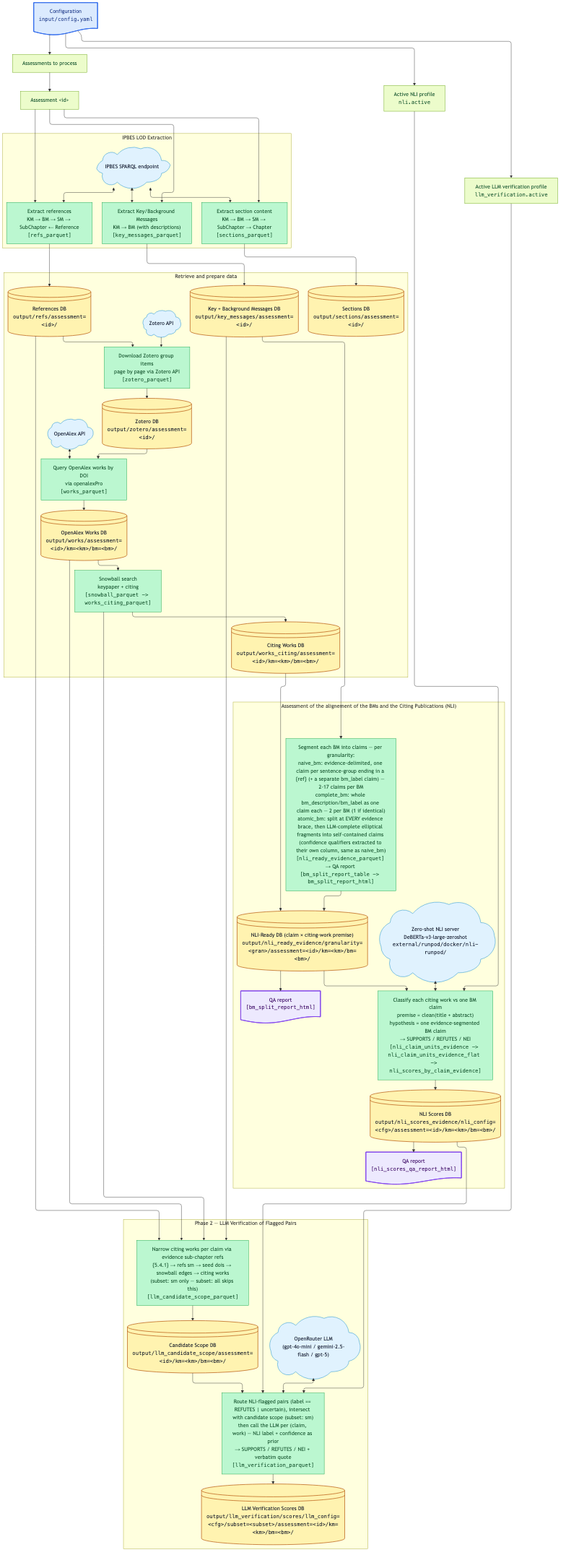
This is output/figures/workflow_nli.png from IPBES-Data/IPBES_BM_Fact_Checker, a Mermaid export, as it was before one commit. Its source is kept beside it as input/mmd/workflow_nli.mmd.
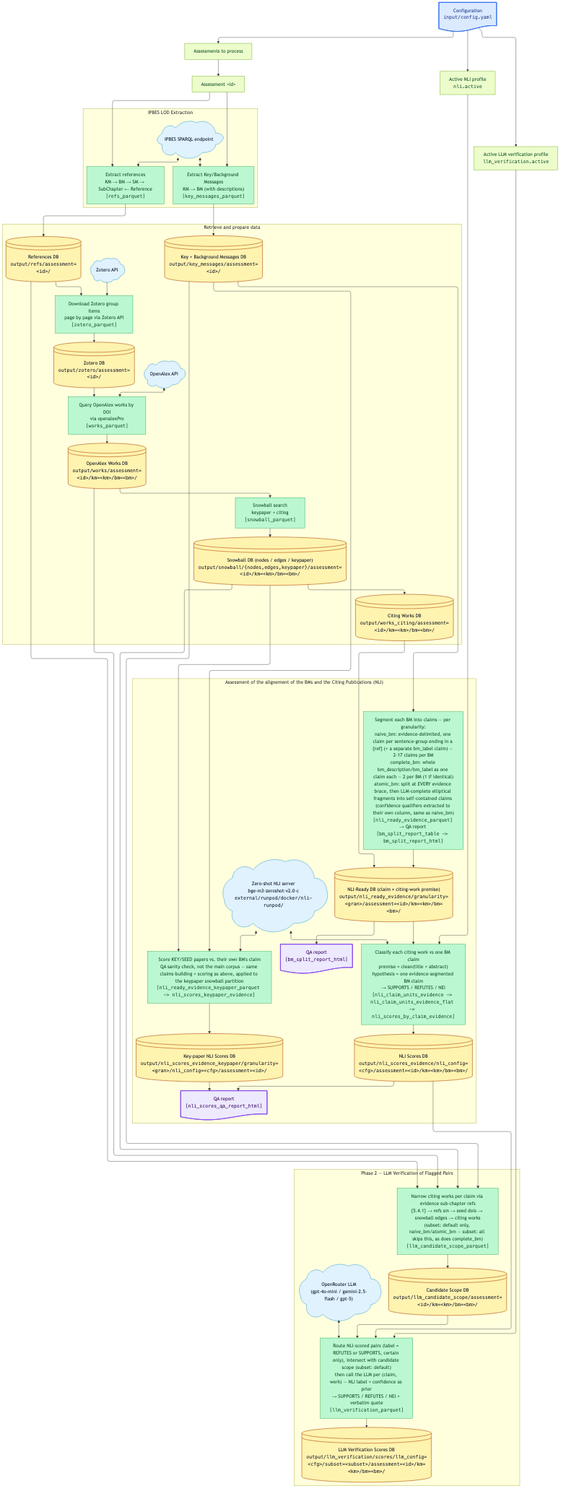
The same diagram one commit later.

Diff of the diagram source:
```diff
@@ -20,22 +20,18 @@
 
     sparql@{ shape: cloud, label: "IPBES SPARQL endpoint" }
     build_refs@{ shape: rect, label: "Extract references<br/>KM → BM → SM → SubChapter ← Reference<br/><tt>[refs_parquet]</tt>" }
-    build_sections@{ shape: rect, label: "Extract section content<br/>KM → BM → SM → SubChapter → Chapter<br/><tt>[sections_parquet]</tt>" }
     build_key_messages@{ shape: rect, label: "Extract Key/Background Messages<br/>KM → BM (with descriptions)<br/><tt>[key_messages_parquet]</tt>" }
 
     sparql <--> build_refs
-    sparql <--> build_sections
     sparql <--> build_key_messages
   end
 
-  assessment_id --> build_sections
   assessment_id --> build_key_messages
 
   subgraph data["Retrieve and prepare data"]
     direction TD
 
     refs_db@{ shape: lin-cyl, label: "References DB<br/><tt>output/refs/assessment=&lt;id&gt;/</tt>" }
-    sections_db@{ shape: lin-cyl, label: "Sections DB<br/><tt>output/sections/assessment=&lt;id&gt;/</tt>" }
     key_messages_db@{ shape: lin-cyl, label: "Key + Background Messages DB<br/><tt>output/key_messages/assessment=&lt;id&gt;/</tt>" }
     zotero_api@{ shape: cloud, label: "Zotero API" }
     zotero_db@{ shape: lin-cyl, label: "Zotero DB<br/><tt>output/zotero/assessment=&lt;id&gt;/</tt>" }
@@ -44,10 +40,10 @@
     citing_db@{ shape: lin-cyl, label: "Citing Works DB<br/><tt>output/works_citing/assessment=&lt;id&gt;/km=&lt;km&gt;/bm=&lt;bm&gt;/</tt>" }
     download_zotero@{ shape: rect, label: "Download Zotero group items<br/>page by page via Zotero API<br/><tt>[zotero_parquet]</tt>" }
     download_works@{ shape: rect, label: "Query OpenAlex works by DOI<br/>via openalexPro<br/><tt>[works_parquet]</tt>" }
-    snowball@{ shape: rect, label: "Snowball search<br/>keypaper + citing<br/><tt>[snowball_parquet -> works_citing_parquet]</tt>" }
+    snowball@{ shape: rect, label: "Snowball search<br/>keypaper + citing<br/><tt>[snowball_parquet]</tt>" }
+    snowball_db@{ shape: lin-cyl, label: "Snowball DB (nodes / edges / keypaper)<br/><tt>output/snowball/{nodes,edges,keypaper}/assessment=&lt;id&gt;/km=&lt;km&gt;/bm=&lt;bm&gt;/</tt>" }
 
     build_refs        --> refs_db
-    build_sections    --> sections_db
     build_key_messages --> key_messages_db
 
     refs_db --> download_zotero
@@ -59,7 +55,8 @@
     download_works --> works_db
 
     works_db --> snowball
-    snowball --> citing_db
+    snowball --> snowball_db
+    snowball_db --> citing_db
   end
 
   subgraph nli_assessment["Assessment of the alignement of the BMs and the Citing Publications (NLI)"]
@@ -67,11 +64,13 @@
 
     nli_segment@{ shape: rect, label: "Segment each BM into claims — per granularity:<br/>naive_bm: evidence-delimited, one claim per sentence-group ending in a {ref} (+ a separate bm_label claim) — 2-17 claims per BM<br/>complete_bm: whole bm_description/bm_label as one claim each — 2 per BM (1 if identical)<br/>atomic_bm: split at EVERY evidence brace, then LLM-complete elliptical fragments into self-contained claims (confidence qualifiers extracted to their own column, same as naive_bm)<br/><tt>[nli_ready_evidence_parquet]</tt> → QA report <tt>[bm_split_report_table -> bm_split_report_html]</tt>" }
     nli_ready_db@{ shape: lin-cyl, label: "NLI-Ready DB (claim × citing-work premise)<br/><tt>output/nli_ready_evidence/granularity=&lt;gran&gt;/assessment=&lt;id&gt;/km=&lt;km&gt;/bm=&lt;bm&gt;/</tt>" }
-    nli_server@{ shape: cloud, label: "Zero-shot NLI server<br/>DeBERTa-v3-large-zeroshot<br/><tt>external/runpod/docker/nli-runpod/</tt>" }
+    nli_server@{ shape: cloud, label: "Zero-shot NLI server<br/>bge-m3-zeroshot-v2.0-c<br/><tt>external/runpod/docker/nli-runpod/</tt>" }
     nli_scoring@{ shape: rect, label: "Classify each citing work vs one BM claim<br/>premise = clean(title + abstract)<br/>hypothesis = one evidence-segmented BM claim<br/>→ SUPPORTS / REFUTES / NEI<br/><tt>[nli_claim_units_evidence -> nli_claim_units_evidence_flat -> nli_scores_by_claim_evidence]</tt>" }
     nli_scores_db@{ shape: lin-cyl, label: "NLI Scores DB<br/><tt>output/nli_scores_evidence/nli_config=&lt;cfg&gt;/assessment=&lt;id&gt;/km=&lt;km&gt;/bm=&lt;bm&gt;/</tt>" }
     qa_bm_split@{ shape: doc, label: "QA report<br/><tt>[bm_split_report_html]</tt>" }
     qa_nli_scores@{ shape: doc, label: "QA report<br/><tt>[nli_scores_qa_report_html]</tt>" }
+    nli_keypaper_scoring@{ shape: rect, label: "Score KEY/SEED papers vs. their own BM's claim<br/>QA sanity check, not the main corpus — same claims-building + scoring as above, applied to the keypaper snowball partition<br/><tt>[nli_ready_evidence_keypaper_parquet -> nli_scores_keypaper_evidence]</tt>" }
+    nli_scores_kp_db@{ shape: lin-cyl, label: "Key-paper NLI Scores DB<br/><tt>output/nli_scores_evidence_keypaper/granularity=&lt;gran&gt;/nli_config=&lt;cfg&gt;/assessment=&lt;id&gt;/</tt>" }
 
     nli_segment --> nli_ready_db
     nli_ready_db --> nli_scoring
@@ -79,10 +78,16 @@
     nli_scoring --> nli_scores_db
     nli_ready_db --> qa_bm_split
     nli_scores_db --> qa_nli_scores
+    nli_server <--> nli_keypaper_scoring
+    nli_keypaper_scoring --> nli_scores_kp_db
+    nli_scores_kp_db --> qa_nli_scores
   end
 
   key_messages_db --> nli_segment
   citing_db --> nli_ready_db
+
+  key_messages_db --> nli_keypaper_scoring
+  snowball_db --> nli_keypaper_scoring
 
   config_file --> nli_active
   nli_active --> nli_scoring
@@ -92,10 +97,10 @@
   subgraph llm_verification["Phase 2 — LLM Verification of Flagged Pairs"]
     direction TB
 
-    llm_scope@{ shape: rect, label: "Narrow citing works per claim via evidence sub-chapter refs<br/>{5.4.1} → refs sm → seed dois → snowball edges → citing works<br/>(subset: sm only — subset: all skips this)<br/><tt>[llm_candidate_scope_parquet]</tt>" }
+    llm_scope@{ shape: rect, label: "Narrow citing works per claim via evidence sub-chapter refs<br/>{5.4.1} → refs sm → seed dois → snowball edges → citing works<br/>(subset: default only, naive_bm/atomic_bm — subset: all skips this, as does complete_bm)<br/><tt>[llm_candidate_scope_parquet]</tt>" }
     llm_scope_db@{ shape: lin-cyl, label: "Candidate Scope DB<br/><tt>output/llm_candidate_scope/assessment=&lt;id&gt;/km=&lt;km&gt;/bm=&lt;bm&gt;/</tt>" }
     llm_server@{ shape: cloud, label: "OpenRouter LLM<br/>(gpt-4o-mini / gemini-2.5-flash / gpt-5)" }
-    llm_verify@{ shape: rect, label: "Route NLI-flagged pairs (label == REFUTES | uncertain), intersect with candidate scope (subset: sm)<br/>then call the LLM per (claim, work) — NLI label + confidence as prior<br/>→ SUPPORTS / REFUTES / NEI + verbatim quote<br/><tt>[llm_verification_parquet]</tt>" }
+    llm_verify@{ shape: rect, label: "Route NLI-scored pairs (label = REFUTES or SUPPORTS, certain only), intersect with candidate scope (subset: default)<br/>then call the LLM per (claim, work) — NLI label + confidence as prior<br/>→ SUPPORTS / REFUTES / NEI + verbatim quote<br/><tt>[llm_verification_parquet]</tt>" }
     llm_scores_db@{ shape: lin-cyl, label: "LLM Verification Scores DB<br/><tt>output/llm_verification/scores/llm_config=&lt;cfg&gt;/subset=&lt;subset&gt;/assessment=&lt;id&gt;/km=&lt;km&gt;/bm=&lt;bm&gt;/</tt>" }
 
     llm_scope --> llm_scope_db
@@ -112,7 +117,7 @@
   key_messages_db --> llm_scope
   refs_db --> llm_scope
   works_db --> llm_scope
-  snowball --> llm_scope
+  snowball_db --> llm_scope
 
   nli_assessment --> llm_verification
 
@@ -124,12 +129,12 @@
   classDef disabled    fill:#f1f5f9,stroke:#94a3b8,color:#64748b,stroke-width:1px,stroke-dasharray:4 3;
   classDef qa_report   fill:#ede9fe,stroke:#7c3aed,color:#3b0764,stroke-width:1.5px;
 
-  linkStyle 29 stroke:transparent,fill:none;
-  linkStyle 41 stroke:transparent,fill:none;
+  linkStyle 32 stroke:transparent,fill:none;
+  linkStyle 44 stroke:transparent,fill:none;
 
   class config_file input_file;
   class assessment_list,assessment_id,nli_active,llm_active config;
-  class citing_db,refs_db,sections_db,key_messages_db,zotero_db,works_db,nli_ready_db,nli_scores_db,llm_scope_db,llm_scores_db database;
-  class build_refs,build_sections,build_key_messages,download_zotero,download_works,snowball,nli_scoring,nli_segment,llm_scope,llm_verify processing;
+  class citing_db,refs_db,key_messages_db,zotero_db,works_db,nli_ready_db,nli_scores_db,llm_scope_db,llm_scores_db,snowball_db,nli_scores_kp_db database;
+  class build_refs,build_key_messages,download_zotero,download_works,snowball,nli_scoring,nli_segment,nli_keypaper_scoring,llm_scope,llm_verify processing;
   class sparql,zotero_api,openalex,nli_server,llm_server helper;
   class qa_bm_split,qa_nli_scores qa_report;
```
